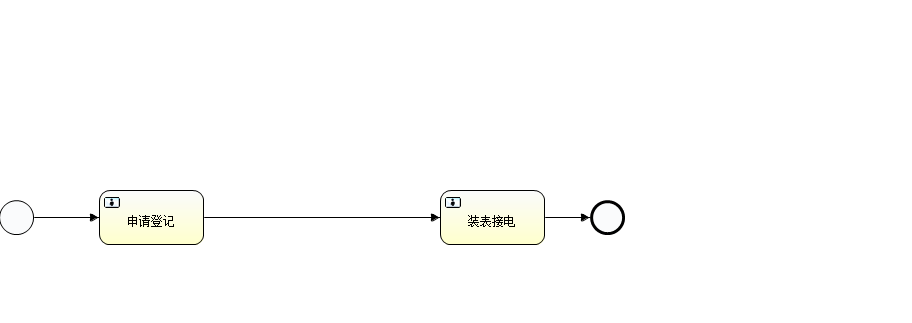
Before: src/main/resources/processes/ChangeMeterInfo.png, a diagram exported from BPMN (creSky/bem-server). Its source is kept beside it as src/main/resources/processes/ChangeMeterInfo.bpmn. Ids are renumbered.
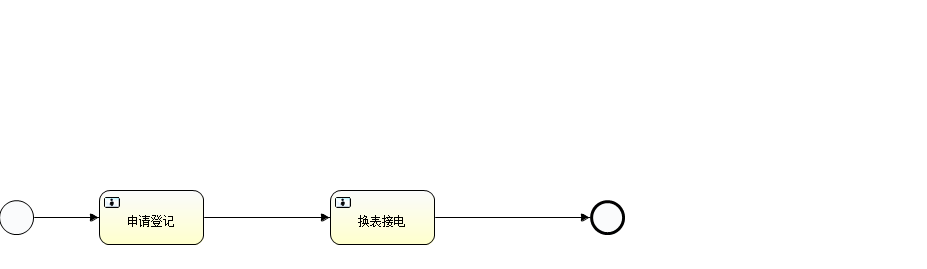
Later version of the same file.

What changed in the source:
```diff
@@ -1,59 +1,38 @@
-<definitions xmlns="http://www.omg.org/spec/BPMN/20100524/MODEL" xmlns:activiti="http://activiti.org/bpmn" xmlns:bpmndi="http://www.omg.org/spec/BPMN/20100524/DI" xmlns:omgdc="http://www.omg.org/spec/DD/20100524/DC" xmlns:omgdi="http://www.omg.org/spec/DD/20100524/DI" xmlns:tns="http://www.activiti.org/HighVoltageNew" xmlns:xsd="http://www.w3.org/2001/XMLSchema" xmlns:xsi="http://www.w3.org/2001/XMLSchema-instance" expressionLanguage="http://www.w3.org/1999/XPath" id="m1558688245609" name="" targetNamespace="http://www.activiti.org/HighVoltageNew" typeLanguage="http://www.w3.org/2001/XMLSchema">
-  <process id="ChangeMeterInfo" isClosed="false" isExecutable="true" name="换表" processType="None">
-    <startEvent id="startevent1" name="开始"/>
-    <userTask activiti:candidateGroups="1" activiti:exclusive="true" id="bem-f1-p1" name="申请登记"/>
-    <sequenceFlow id="flow2" sourceRef="startevent1" targetRef="bem-f1-p1"/>
-    <userTask activiti:candidateGroups="1" activiti:exclusive="true" id="bem-f1-p9" name="装表接电"/>
-    <endEvent id="endevent1" name="End"/>
-    <sequenceFlow id="flow5" sourceRef="bem-f1-p9" targetRef="endevent1"/>
-    <sequenceFlow id="flow6" sourceRef="bem-f1-p1" targetRef="bem-f1-p9"/>
+<definitions xmlns="http://www.omg.org/spec/BPMN/20100524/MODEL" xmlns:xsi="http://www.w3.org/2001/XMLSchema-instance" xmlns:activiti="http://activiti.org/bpmn" xmlns:bpmndi="http://www.omg.org/spec/BPMN/20100524/DI" xmlns:omgdc="http://www.omg.org/spec/DD/20100524/DC" xmlns:omgdi="http://www.omg.org/spec/DD/20100524/DI" xmlns:tns="http://www.activiti.org/HighVoltageNew" xmlns:xsd="http://www.w3.org/2001/XMLSchema" typeLanguage="http://www.w3.org/2001/XMLSchema" expressionLanguage="http://www.w3.org/1999/XPath" targetNamespace="http://www.activiti.org/HighVoltageNew">
+  <process id="ChangeMeterInfo" name="换表" isExecutable="true" isClosed="false" processType="None">
+    <startEvent id="startevent1" name="开始"></startEvent>
+    <userTask id="bem-f1-p1" name="申请登记" activiti:candidateGroups="10"></userTask>
+    <sequenceFlow id="flow2" sourceRef="startevent1" targetRef="bem-f1-p1"></sequenceFlow>
+    <userTask id="bem-f1-p22" name="换表接电" activiti:candidateGroups="10"></userTask>
+    <endEvent id="endevent1" name="End"></endEvent>
+    <sequenceFlow id="flow5" sourceRef="bem-f1-p22" targetRef="endevent1"></sequenceFlow>
+    <sequenceFlow id="flow6" sourceRef="bem-f1-p1" targetRef="bem-f1-p22"></sequenceFlow>
   </process>
-  <bpmndi:BPMNDiagram documentation="background=#FFFFFF;count=1;horizontalcount=1;orientation=0;width=842.4;height=1195.2;imageableWidth=832.4;imageableHeight=1185.2;imageableX=5.0;imageableY=5.0" id="Diagram-_1" name="New Diagram">
-    <bpmndi:BPMNPlane bpmnElement="ChangeMeterInfo">
-      <bpmndi:BPMNShape bpmnElement="startevent1" id="Shape-startevent1">
-        <omgdc:Bounds height="32.0" width="32.0" x="-1.0" y="200.0"/>
-        <bpmndi:BPMNLabel>
-          <omgdc:Bounds height="32.0" width="32.0" x="0.0" y="0.0"/>
-        </bpmndi:BPMNLabel>
+  <bpmndi:BPMNDiagram id="BPMNDiagram_ChangeMeterInfo">
+    <bpmndi:BPMNPlane bpmnElement="ChangeMeterInfo" id="BPMNPlane_ChangeMeterInfo">
+      <bpmndi:BPMNShape bpmnElement="startevent1" id="BPMNShape_startevent1">
+        <omgdc:Bounds height="35.0" width="35.0" x="-1.0" y="200.0"></omgdc:Bounds>
       </bpmndi:BPMNShape>
-      <bpmndi:BPMNShape bpmnElement="bem-f1-p1" id="Shape-bem-f1-p1">
-        <omgdc:Bounds height="55.0" width="105.0" x="99.0" y="190.0"/>
-        <bpmndi:BPMNLabel>
-          <omgdc:Bounds height="55.0" width="105.0" x="0.0" y="0.0"/>
-        </bpmndi:BPMNLabel>
+      <bpmndi:BPMNShape bpmnElement="bem-f1-p1" id="BPMNShape_bem-f1-p1">
+        <omgdc:Bounds height="55.0" width="105.0" x="99.0" y="190.0"></omgdc:Bounds>
       </bpmndi:BPMNShape>
-      <bpmndi:BPMNShape bpmnElement="bem-f1-p9" id="Shape-bem-f1-p9">
-        <omgdc:Bounds height="55.0" width="105.0" x="440.0" y="190.0"/>
-        <bpmndi:BPMNLabel>
-          <omgdc:Bounds height="55.0" width="105.0" x="0.0" y="0.0"/>
-        </bpmndi:BPMNLabel>
+      <bpmndi:BPMNShape bpmnElement="bem-f1-p22" id="BPMNShape_bem-f1-p22">
+        <omgdc:Bounds height="55.0" width="105.0" x="330.0" y="190.0"></omgdc:Bounds>
       </bpmndi:BPMNShape>
-      <bpmndi:BPMNShape bpmnElement="endevent1" id="Shape-endevent1">
-        <omgdc:Bounds height="32.0" width="32.0" x="590.0" y="200.0"/>
-        <bpmndi:BPMNLabel>
-          <omgdc:Bounds height="32.0" width="32.0" x="0.0" y="0.0"/>
-        </bpmndi:BPMNLabel>
+      <bpmndi:BPMNShape bpmnElement="endevent1" id="BPMNShape_endevent1">
+        <omgdc:Bounds height="35.0" width="35.0" x="590.0" y="200.0"></omgdc:Bounds>
       </bpmndi:BPMNShape>
-      <bpmndi:BPMNEdge bpmnElement="flow2" id="BPMNEdge_flow2" sourceElement="startevent1" targetElement="bem-f1-p1">
-        <omgdi:waypoint x="31.0" y="216.0"/>
-        <omgdi:waypoint x="99.0" y="217.5"/>
-        <bpmndi:BPMNLabel>
-          <omgdc:Bounds height="-1.0" width="-1.0" x="-1.0" y="-1.0"/>
-        </bpmndi:BPMNLabel>
+      <bpmndi:BPMNEdge bpmnElement="flow2" id="BPMNEdge_flow2">
+        <omgdi:waypoint x="34.0" y="217.0"></omgdi:waypoint>
+        <omgdi:waypoint x="99.0" y="217.0"></omgdi:waypoint>
       </bpmndi:BPMNEdge>
-      <bpmndi:BPMNEdge bpmnElement="flow5" id="BPMNEdge_flow5" sourceElement="bem-f1-p9" targetElement="endevent1">
-        <omgdi:waypoint x="545.0" y="217.5"/>
-        <omgdi:waypoint x="590.0" y="216.0"/>
-        <bpmndi:BPMNLabel>
-          <omgdc:Bounds height="-1.0" width="-1.0" x="-1.0" y="-1.0"/>
-        </bpmndi:BPMNLabel>
+      <bpmndi:BPMNEdge bpmnElement="flow5" id="BPMNEdge_flow5">
+        <omgdi:waypoint x="435.0" y="217.0"></omgdi:waypoint>
+        <omgdi:waypoint x="590.0" y="217.0"></omgdi:waypoint>
       </bpmndi:BPMNEdge>
-      <bpmndi:BPMNEdge bpmnElement="flow6" id="BPMNEdge_flow6" sourceElement="bem-f1-p1" targetElement="bem-f1-p9">
-        <omgdi:waypoint x="204.0" y="217.5"/>
-        <omgdi:waypoint x="440.0" y="217.5"/>
-        <bpmndi:BPMNLabel>
-          <omgdc:Bounds height="-1.0" width="-1.0" x="-1.0" y="-1.0"/>
-        </bpmndi:BPMNLabel>
+      <bpmndi:BPMNEdge bpmnElement="flow6" id="BPMNEdge_flow6">
+        <omgdi:waypoint x="204.0" y="217.0"></omgdi:waypoint>
+        <omgdi:waypoint x="330.0" y="217.0"></omgdi:waypoint>
       </bpmndi:BPMNEdge>
     </bpmndi:BPMNPlane>
   </bpmndi:BPMNDiagram>
```
